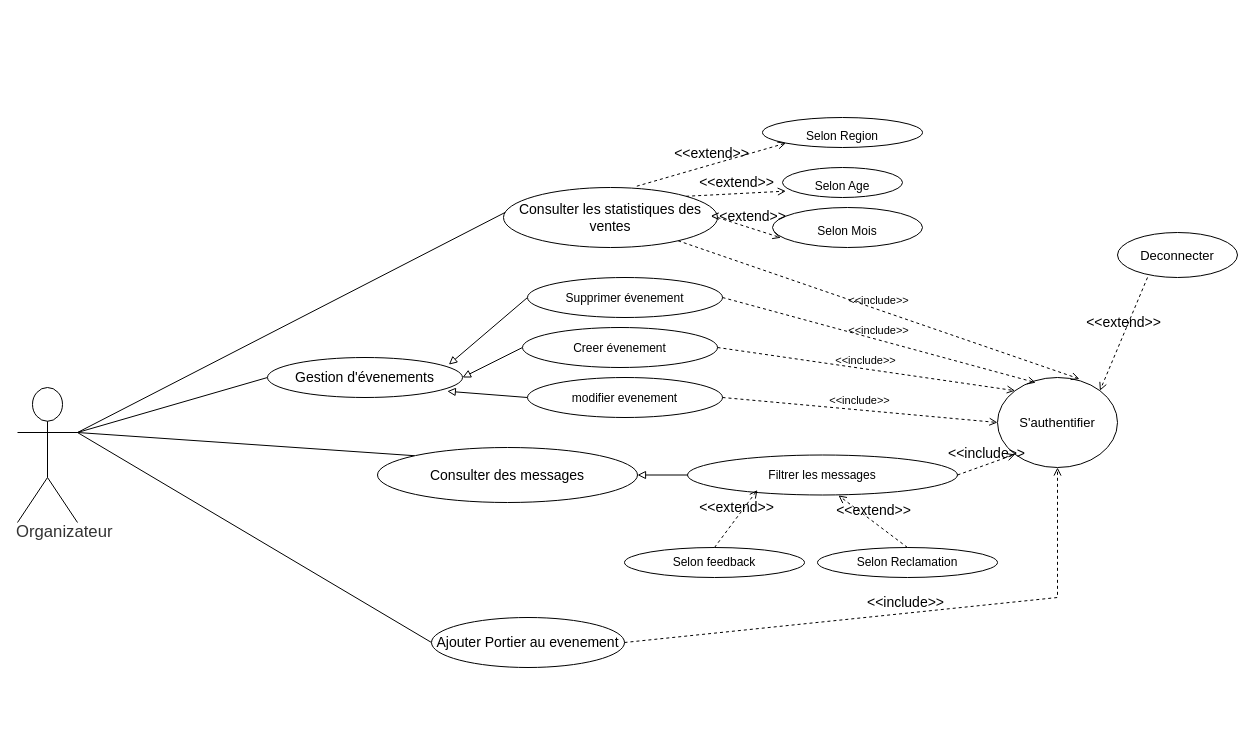
The draw.io diagram Diagram de cas utilisation/4-Organizateur_Vf.drawio in mohamedimem/event-, before the edit. Source tidied: cells renumbered, new cells numbered last; positions are measured from the earlier drawing's top-left corner, leaving out a move shared by most shapes. Both pictures are drawn from the tidied source at 100%, with x=0, y=0 at pixel (17, 117).
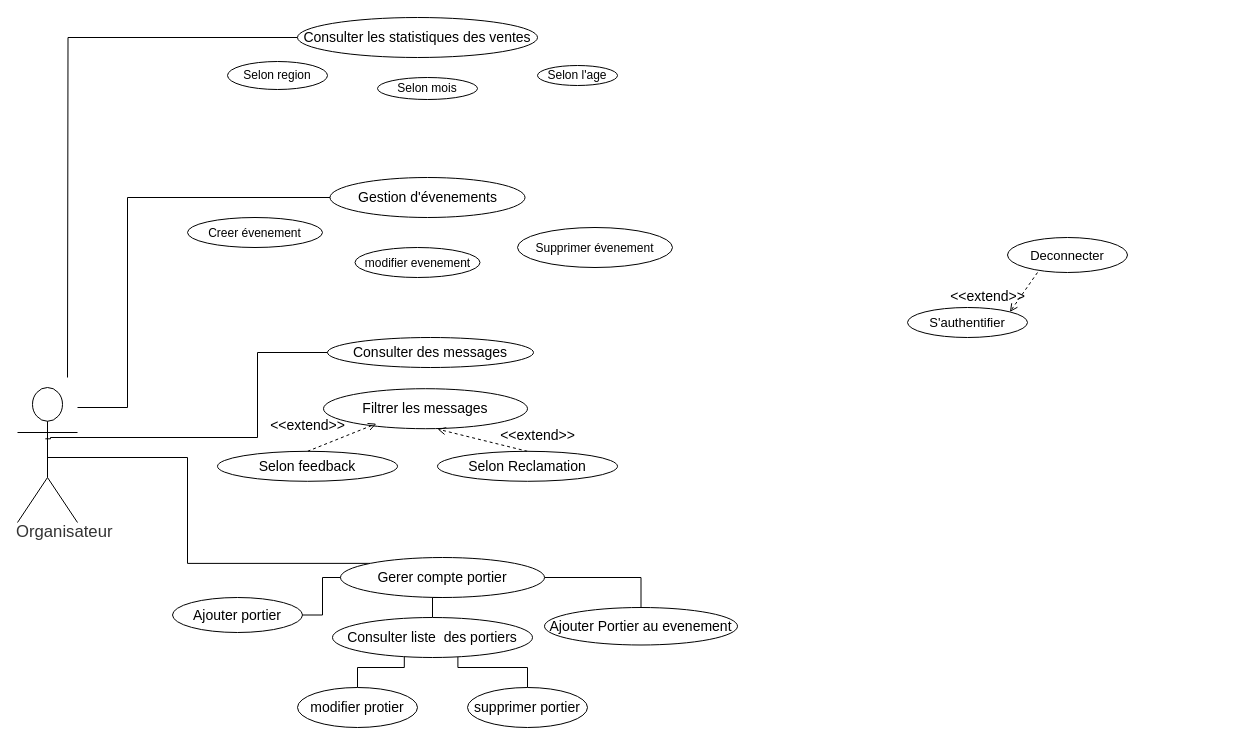
The same page after the edit.

Commit message (it also covers changes not shown here):
Mettre à jour 4-Organizateur_Vf.drawio

Change to the diagram source:
```diff
@@
-    <mxCell id="2" style="edgeStyle=none;rounded=0;jettySize=auto;html=1;exitX=1;exitY=0.3333333333333333;exitDx=0;exitDy=0;exitPerimeter=0;entryX=0.032;entryY=0.371;entryDx=0;entryDy=0;entryPerimeter=0;fontSize=18;endArrow=none;endFill=0;strokeWidth=1;strokeColor=#000000;" parent="1" edge="1" source="4" target="5">
-      <mxGeometry relative="1" as="geometry" />
-    </mxCell>
-    <mxCell id="3" style="edgeStyle=none;rounded=0;jettySize=auto;html=1;entryX=0;entryY=0.5;entryDx=0;entryDy=0;fontSize=18;endArrow=none;endFill=0;strokeWidth=1;strokeColor=#000000;exitX=1;exitY=0.3333333333333333;exitDx=0;exitDy=0;exitPerimeter=0;" parent="1" edge="1" source="4" target="18">
-      <mxGeometry relative="1" as="geometry" />
-    </mxCell>
-    <mxCell id="4" value="&lt;div&gt;Organizateur&lt;/div&gt;&lt;div&gt;&lt;br&gt;&lt;/div&gt;" style="html=1;overflow=block;blockSpacing=1;shape=umlActor;labelPosition=center;verticalLabelPosition=bottom;verticalAlign=top;whiteSpace=nowrap;fontSize=16.7;fontColor=#333333;align=center;spacing=0;strokeColor=#000000;strokeOpacity=100;rounded=1;absoluteArcSize=1;arcSize=9;strokeWidth=1;lucidId=wAitfE4UTxwo;" parent="1" vertex="1">
+    <mxCell id="4" value="&lt;div&gt;Organisateur&lt;/div&gt;&lt;div&gt;&lt;br&gt;&lt;/div&gt;" style="html=1;overflow=block;blockSpacing=1;shape=umlActor;labelPosition=center;verticalLabelPosition=bottom;verticalAlign=top;whiteSpace=nowrap;fontSize=16.7;fontColor=#333333;align=center;spacing=0;strokeColor=#000000;strokeOpacity=100;rounded=1;absoluteArcSize=1;arcSize=9;strokeWidth=1;lucidId=wAitfE4UTxwo;" parent="1" vertex="1">
       <mxGeometry y="270" width="60" height="135" as="geometry" />
     </mxCell>
+    <mxCell id="38" style="edgeStyle=orthogonalEdgeStyle;rounded=0;jettySize=auto;html=1;exitX=0;exitY=0.5;exitDx=0;exitDy=0;fontSize=14;endArrow=none;endFill=0;" parent="1" edge="1" source="5">
+      <mxGeometry relative="1" as="geometry">
+        <mxPoint x="50" y="260" as="targetPoint" />
+      </mxGeometry>
+    </mxCell>
     <mxCell id="5" value="&lt;font style=&quot;font-size: 14px;&quot;&gt;Consulter les statistiques des ventes &lt;/font&gt;" style="html=1;overflow=block;blockSpacing=1;whiteSpace=wrap;ellipse;fontSize=13;spacing=3.8;strokeColor=#000000;strokeOpacity=100;rounded=1;absoluteArcSize=1;arcSize=9;strokeWidth=1;lucidId=.BitsejxpJ_f;" parent="1" vertex="1">
-      <mxGeometry x="486" y="70" width="214" height="60" as="geometry" />
+      <mxGeometry x="280" y="-100" width="240" height="40" as="geometry" />
     </mxCell>
-    <mxCell id="6" style="edgeStyle=none;rounded=0;jettySize=auto;html=1;exitX=0;exitY=0.5;exitDx=0;exitDy=0;entryX=1;entryY=0.3333333333333333;entryDx=0;entryDy=0;entryPerimeter=0;fontSize=18;endArrow=none;endFill=0;strokeWidth=1;strokeColor=#000000;" parent="1" edge="1" source="7" target="4">
-      <mxGeometry relative="1" as="geometry" />
-    </mxCell>
     <mxCell id="7" value="&lt;font style=&quot;font-size: 14px;&quot;&gt;Gestion d'évenements&lt;/font&gt;" style="html=1;overflow=block;blockSpacing=1;whiteSpace=wrap;ellipse;fontSize=13;spacing=3.8;strokeColor=#000000;strokeOpacity=100;rounded=1;absoluteArcSize=1;arcSize=9;strokeWidth=1;lucidId=.BitsejxpJ_f;" parent="1" vertex="1">
-      <mxGeometry x="250" y="240" width="195" height="40" as="geometry" />
+      <mxGeometry x="312.5" y="60" width="195" height="40" as="geometry" />
     </mxCell>
-    <mxCell id="8" style="edgeStyle=none;rounded=0;jettySize=auto;html=1;exitX=0;exitY=0.5;exitDx=0;exitDy=0;entryX=1;entryY=0.5;entryDx=0;entryDy=0;fontSize=14;endArrow=block;endFill=0;strokeWidth=1;strokeColor=#000000;" parent="1" edge="1" source="9" target="7">
-      <mxGeometry relative="1" as="geometry" />
-    </mxCell>
     <mxCell id="9" value="&lt;font style=&quot;font-size: 12px;&quot;&gt;Creer évenement&lt;/font&gt;" style="html=1;overflow=block;blockSpacing=1;whiteSpace=wrap;ellipse;fontSize=13;spacing=3.8;strokeColor=#000000;strokeOpacity=100;rounded=1;absoluteArcSize=1;arcSize=9;strokeWidth=1;lucidId=.BitsejxpJ_f;" parent="1" vertex="1">
-      <mxGeometry x="505" y="210" width="195" height="40" as="geometry" />
+      <mxGeometry x="170" y="100" width="135" height="30" as="geometry" />
     </mxCell>
-    <mxCell id="10" style="edgeStyle=none;rounded=0;jettySize=auto;html=1;exitX=0;exitY=0.5;exitDx=0;exitDy=0;entryX=0.922;entryY=0.844;entryDx=0;entryDy=0;entryPerimeter=0;fontSize=18;endArrow=block;endFill=0;strokeWidth=1;strokeColor=#000000;" parent="1" edge="1" source="11" target="7">
-      <mxGeometry relative="1" as="geometry" />
-    </mxCell>
     <mxCell id="11" value="&lt;font style=&quot;font-size: 12px;&quot;&gt;modifier evenement&lt;/font&gt;" style="html=1;overflow=block;blockSpacing=1;whiteSpace=wrap;ellipse;fontSize=13;spacing=3.8;strokeColor=#000000;strokeOpacity=100;rounded=1;absoluteArcSize=1;arcSize=9;strokeWidth=1;lucidId=.BitsejxpJ_f;" parent="1" vertex="1">
-      <mxGeometry x="510" y="260" width="195" height="40" as="geometry" />
+      <mxGeometry x="337.5" y="130" width="125" height="30" as="geometry" />
     </mxCell>
-    <mxCell id="12" style="edgeStyle=none;rounded=0;jettySize=auto;html=1;exitX=0;exitY=0.5;exitDx=0;exitDy=0;entryX=0.93;entryY=0.178;entryDx=0;entryDy=0;entryPerimeter=0;fontSize=18;endArrow=block;endFill=0;strokeWidth=1;strokeColor=#000000;" parent="1" edge="1" source="13" target="7">
-      <mxGeometry relative="1" as="geometry" />
-    </mxCell>
     <mxCell id="13" value="&lt;font style=&quot;font-size: 12px;&quot;&gt;Supprimer évenement &lt;/font&gt;" style="html=1;overflow=block;blockSpacing=1;whiteSpace=wrap;ellipse;fontSize=13;spacing=3.8;strokeColor=#000000;strokeOpacity=100;rounded=1;absoluteArcSize=1;arcSize=9;strokeWidth=1;lucidId=.BitsejxpJ_f;" parent="1" vertex="1">
-      <mxGeometry x="510" y="160" width="195" height="40" as="geometry" />
+      <mxGeometry x="500" y="110" width="155" height="40" as="geometry" />
     </mxCell>
-    <mxCell id="14" style="edgeStyle=none;rounded=0;jettySize=auto;html=1;exitX=0;exitY=0;exitDx=0;exitDy=0;fontSize=18;endArrow=none;endFill=0;strokeWidth=1;strokeColor=#000000;entryX=1;entryY=0.3333333333333333;entryDx=0;entryDy=0;entryPerimeter=0;" parent="1" edge="1" source="15" target="4">
-      <mxGeometry relative="1" as="geometry" />
+    <mxCell id="14" style="edgeStyle=orthogonalEdgeStyle;rounded=0;jettySize=auto;html=1;entryX=0.464;entryY=0.38;entryDx=0;entryDy=0;entryPerimeter=0;fontSize=14;endArrow=none;endFill=0;" parent="1" edge="1" source="15" target="4">
+      <mxGeometry relative="1" as="geometry">
+        <Array as="points">
+          <mxPoint x="240" y="235" />
+          <mxPoint x="240" y="320" />
+          <mxPoint x="33" y="320" />
+          <mxPoint x="33" y="321" />
+        </Array>
+      </mxGeometry>
     </mxCell>
     <mxCell id="15" value="&lt;font style=&quot;font-size: 14px;&quot;&gt;Consulter des messages  &lt;/font&gt;" style="ellipse;whiteSpace=wrap;html=1;strokeWidth=1;strokeColor=#000000;" parent="1" vertex="1">
-      <mxGeometry x="360" y="330" width="260" height="55" as="geometry" />
+      <mxGeometry x="310" y="220" width="206" height="30" as="geometry" />
     </mxCell>
-    <mxCell id="16" style="rounded=0;jettySize=auto;html=1;exitX=0;exitY=0.5;exitDx=0;exitDy=0;endArrow=block;endFill=0;strokeWidth=1;strokeColor=#000000;" parent="1" edge="1" source="17" target="15">
-      <mxGeometry relative="1" as="geometry" />
-    </mxCell>
-    <mxCell id="17" value="&lt;div&gt;Filtrer les messages &lt;br&gt;&lt;/div&gt;" style="ellipse;whiteSpace=wrap;html=1;strokeWidth=1;strokeColor=#000000;" parent="1" vertex="1">
-      <mxGeometry x="670" y="337.5" width="270" height="40" as="geometry" />
+    <mxCell id="17" value="&lt;div style=&quot;font-size: 14px;&quot;&gt;&lt;font style=&quot;font-size: 14px;&quot;&gt;Filtrer les messages &lt;br&gt;&lt;/font&gt;&lt;/div&gt;" style="ellipse;whiteSpace=wrap;html=1;strokeWidth=1;strokeColor=#000000;" parent="1" vertex="1">
+      <mxGeometry x="306" y="271.2" width="204" height="40" as="geometry" />
     </mxCell>
+    <mxCell id="39" style="edgeStyle=orthogonalEdgeStyle;rounded=0;jettySize=auto;html=1;entryX=1;entryY=0.5;entryDx=0;entryDy=0;fontSize=14;endArrow=none;endFill=0;" parent="1" edge="1" source="18" target="44">
+      <mxGeometry relative="1" as="geometry" />
+    </mxCell>
     <mxCell id="18" value="&lt;div&gt;&lt;font style=&quot;font-size: 14px;&quot;&gt;Ajouter Portier au evenement&lt;/font&gt;&lt;/div&gt;" style="ellipse;whiteSpace=wrap;html=1;strokeWidth=1;strokeColor=#000000;" parent="1" vertex="1">
-      <mxGeometry x="414" y="500" width="193" height="50" as="geometry" />
+      <mxGeometry x="527" y="490" width="193" height="37.5" as="geometry" />
     </mxCell>
     <mxCell id="19" value="S'authentifier" style="html=1;overflow=block;blockSpacing=1;whiteSpace=wrap;ellipse;fontSize=13;spacing=3.8;strokeColor=#000000;strokeOpacity=100;rounded=1;absoluteArcSize=1;arcSize=9;strokeWidth=1;lucidId=XvitAHHM73nt;" parent="1" vertex="1">
-      <mxGeometry x="980" y="260" width="120" height="90" as="geometry" />
+      <mxGeometry x="890" y="190" width="120" height="30" as="geometry" />
     </mxCell>
     <mxCell id="20" value="Deconnecter" style="html=1;overflow=block;blockSpacing=1;whiteSpace=wrap;ellipse;fontSize=13;spacing=3.8;strokeColor=#000000;strokeOpacity=100;rounded=1;absoluteArcSize=1;arcSize=9;strokeWidth=1;lucidId=XvitmW9DInrr;" parent="1" vertex="1">
-      <mxGeometry x="1100" y="115" width="120" height="45" as="geometry" />
+      <mxGeometry x="990" y="120" width="120" height="35" as="geometry" />
     </mxCell>
-    <mxCell id="21" value="&lt;font style=&quot;font-size: 12px;&quot;&gt;Selon Age&lt;/font&gt;" style="ellipse;whiteSpace=wrap;html=1;fontSize=24;strokeWidth=1;strokeColor=#000000;" parent="1" vertex="1">
-      <mxGeometry x="765" y="50" width="120" height="30" as="geometry" />
-    </mxCell>
-    <mxCell id="22" value="&lt;font style=&quot;font-size: 12px;&quot;&gt;Selon Region&lt;/font&gt;" style="ellipse;whiteSpace=wrap;html=1;fontSize=24;strokeWidth=1;strokeColor=#000000;" parent="1" vertex="1">
-      <mxGeometry x="745" width="160" height="30" as="geometry" />
-    </mxCell>
-    <mxCell id="23" value="&lt;div&gt;&lt;font style=&quot;font-size: 12px;&quot;&gt;Selon &lt;font style=&quot;font-size: 12px;&quot;&gt;Mois&lt;/font&gt;&lt;/font&gt;&lt;/div&gt;" style="ellipse;whiteSpace=wrap;html=1;fontSize=24;strokeWidth=1;strokeColor=#000000;" parent="1" vertex="1">
-      <mxGeometry x="755" y="90" width="150" height="40" as="geometry" />
-    </mxCell>
-    <mxCell id="24" value="&amp;lt;&amp;lt;extend&amp;gt;&amp;gt;" style="html=1;verticalAlign=bottom;labelBackgroundColor=none;endArrow=open;endFill=0;dashed=1;rounded=0;fontSize=14;entryX=0;entryY=1;entryDx=0;entryDy=0;exitX=0.623;exitY=-0.022;exitDx=0;exitDy=0;exitPerimeter=0;strokeWidth=1;strokeColor=#000000;" parent="1" edge="1" source="5" target="22">
-      <mxGeometry relative="1" as="geometry" />
-    </mxCell>
-    <mxCell id="25" value="&amp;lt;&amp;lt;extend&amp;gt;&amp;gt;" style="html=1;verticalAlign=bottom;labelBackgroundColor=none;endArrow=open;endFill=0;dashed=1;rounded=0;fontSize=14;entryX=0.028;entryY=0.788;entryDx=0;entryDy=0;exitX=1;exitY=0;exitDx=0;exitDy=0;entryPerimeter=0;strokeWidth=1;strokeColor=#000000;" parent="1" edge="1" source="5" target="21">
-      <mxGeometry relative="1" as="geometry" />
-    </mxCell>
-    <mxCell id="26" value="&amp;lt;&amp;lt;extend&amp;gt;&amp;gt;" style="html=1;verticalAlign=bottom;labelBackgroundColor=none;endArrow=open;endFill=0;dashed=1;rounded=0;fontSize=14;entryX=0.056;entryY=0.756;entryDx=0;entryDy=0;exitX=1;exitY=0.5;exitDx=0;exitDy=0;entryPerimeter=0;strokeWidth=1;strokeColor=#000000;" parent="1" edge="1" source="5" target="23">
-      <mxGeometry relative="1" as="geometry" />
-    </mxCell>
-    <mxCell id="27" value="&amp;lt;&amp;lt;include&amp;gt;&amp;gt;" style="html=1;verticalAlign=bottom;labelBackgroundColor=none;endArrow=open;endFill=0;dashed=1;rounded=0;fontSize=14;exitX=1;exitY=0.5;exitDx=0;exitDy=0;entryX=0.5;entryY=1;entryDx=0;entryDy=0;strokeWidth=1;strokeColor=#000000;" parent="1" edge="1" source="18" target="19">
-      <mxGeometry relative="1" as="geometry">
-        <Array as="points">
-          <mxPoint x="1040" y="480" />
-        </Array>
-      </mxGeometry>
-    </mxCell>
-    <mxCell id="28" value="&amp;lt;&amp;lt;include&amp;gt;&amp;gt;" style="html=1;verticalAlign=bottom;labelBackgroundColor=none;endArrow=open;endFill=0;dashed=1;rounded=0;fontSize=14;exitX=1;exitY=0.5;exitDx=0;exitDy=0;entryX=0;entryY=1;entryDx=0;entryDy=0;strokeWidth=1;strokeColor=#000000;" parent="1" edge="1" source="17" target="19">
-      <mxGeometry relative="1" as="geometry" />
-    </mxCell>
     <mxCell id="29" value="&amp;lt;&amp;lt;extend&amp;gt;&amp;gt;" style="html=1;verticalAlign=bottom;labelBackgroundColor=none;endArrow=open;endFill=0;dashed=1;rounded=0;fontSize=14;entryX=1;entryY=0;entryDx=0;entryDy=0;exitX=0.25;exitY=1;exitDx=0;exitDy=0;exitPerimeter=0;strokeWidth=1;strokeColor=#000000;" parent="1" edge="1" source="20" target="19">
-      <mxGeometry relative="1" as="geometry" />
+      <mxGeometry x="1" y="-23" relative="1" as="geometry">
+        <mxPoint x="-4" y="9" as="offset" />
+      </mxGeometry>
     </mxCell>
-    <mxCell id="30" value="&lt;div&gt;Selon feedback&lt;br&gt;&lt;/div&gt;" style="ellipse;whiteSpace=wrap;html=1;strokeWidth=1;strokeColor=#000000;" parent="1" vertex="1">
-      <mxGeometry x="607" y="430" width="180" height="30" as="geometry" />
+    <mxCell id="30" value="&lt;div style=&quot;font-size: 14px;&quot;&gt;&lt;font style=&quot;font-size: 14px;&quot;&gt;Selon feedback&lt;br&gt;&lt;/font&gt;&lt;/div&gt;" style="ellipse;whiteSpace=wrap;html=1;strokeWidth=1;strokeColor=#000000;" parent="1" vertex="1">
+      <mxGeometry x="200" y="333.8" width="180" height="30" as="geometry" />
     </mxCell>
-    <mxCell id="31" value="&lt;div&gt;Selon Reclamation&lt;br&gt;&lt;/div&gt;" style="ellipse;whiteSpace=wrap;html=1;strokeWidth=1;strokeColor=#000000;" parent="1" vertex="1">
-      <mxGeometry x="800" y="430" width="180" height="30" as="geometry" />
+    <mxCell id="31" value="&lt;div style=&quot;font-size: 14px;&quot;&gt;&lt;font style=&quot;font-size: 14px;&quot;&gt;Selon Reclamation&lt;br&gt;&lt;/font&gt;&lt;/div&gt;" style="ellipse;whiteSpace=wrap;html=1;strokeWidth=1;strokeColor=#000000;" parent="1" vertex="1">
+      <mxGeometry x="420" y="333.8" width="180" height="30" as="geometry" />
     </mxCell>
     <mxCell id="32" value="&amp;lt;&amp;lt;extend&amp;gt;&amp;gt;" style="html=1;verticalAlign=bottom;labelBackgroundColor=none;endArrow=open;endFill=0;dashed=1;rounded=0;fontSize=14;entryX=0.259;entryY=0.875;entryDx=0;entryDy=0;exitX=0.5;exitY=0;exitDx=0;exitDy=0;strokeWidth=1;strokeColor=#000000;entryPerimeter=0;" parent="1" edge="1" source="30" target="17">
-      <mxGeometry relative="1" as="geometry" />
+      <mxGeometry x="-0.85" y="14" relative="1" as="geometry" />
     </mxCell>
     <mxCell id="33" value="&amp;lt;&amp;lt;extend&amp;gt;&amp;gt;" style="html=1;verticalAlign=bottom;labelBackgroundColor=none;endArrow=open;endFill=0;dashed=1;rounded=0;fontSize=14;exitX=0.5;exitY=0;exitDx=0;exitDy=0;strokeWidth=1;strokeColor=#000000;entryX=0.559;entryY=1.01;entryDx=0;entryDy=0;entryPerimeter=0;" parent="1" edge="1" source="31" target="17">
-      <mxGeometry relative="1" as="geometry" />
+      <mxGeometry x="-1" y="-11" relative="1" as="geometry">
+        <mxPoint x="7" y="6" as="offset" />
+      </mxGeometry>
     </mxCell>
-    <mxCell id="34" value="&amp;lt;&amp;lt;include&amp;gt;&amp;gt;" style="html=1;verticalAlign=bottom;labelBackgroundColor=none;endArrow=open;endFill=0;dashed=1;rounded=0;strokeColor=#000000;strokeWidth=1;exitX=1;exitY=0.5;exitDx=0;exitDy=0;entryX=0.319;entryY=0.057;entryDx=0;entryDy=0;entryPerimeter=0;" parent="1" edge="1" source="13" target="19">
-      <mxGeometry relative="1" as="geometry" />
-    </mxCell>
-    <mxCell id="35" value="&amp;lt;&amp;lt;include&amp;gt;&amp;gt;" style="html=1;verticalAlign=bottom;labelBackgroundColor=none;endArrow=open;endFill=0;dashed=1;rounded=0;strokeColor=#000000;strokeWidth=1;exitX=1;exitY=0.5;exitDx=0;exitDy=0;entryX=0;entryY=0;entryDx=0;entryDy=0;" parent="1" edge="1" source="9" target="19">
-      <mxGeometry relative="1" as="geometry" />
-    </mxCell>
-    <mxCell id="36" value="&amp;lt;&amp;lt;include&amp;gt;&amp;gt;" style="html=1;verticalAlign=bottom;labelBackgroundColor=none;endArrow=open;endFill=0;dashed=1;rounded=0;strokeColor=#000000;strokeWidth=1;exitX=1;exitY=0.5;exitDx=0;exitDy=0;entryX=0;entryY=0.5;entryDx=0;entryDy=0;" parent="1" edge="1" source="11" target="19">
-      <mxGeometry relative="1" as="geometry" />
-    </mxCell>
-    <mxCell id="37" value="&amp;lt;&amp;lt;include&amp;gt;&amp;gt;" style="html=1;verticalAlign=bottom;labelBackgroundColor=none;endArrow=open;endFill=0;dashed=1;rounded=0;strokeColor=#000000;strokeWidth=1;entryX=0.683;entryY=0.016;entryDx=0;entryDy=0;entryPerimeter=0;" parent="1" edge="1" source="5" target="19">
-      <mxGeometry relative="1" as="geometry" />
-    </mxCell>
+    <mxCell id="40" value="&lt;font style=&quot;font-size: 12px;&quot;&gt;Selon l'age&lt;/font&gt;" style="ellipse;whiteSpace=wrap;html=1;" parent="1" vertex="1">
+      <mxGeometry x="520" y="-52" width="80" height="20" as="geometry" />
+    </mxCell>
+    <mxCell id="41" value="&lt;div&gt;&lt;font style=&quot;font-size: 12px;&quot;&gt;Selon &lt;font style=&quot;font-size: 12px;&quot;&gt;mois&lt;/font&gt;&lt;/font&gt;&lt;/div&gt;" style="ellipse;whiteSpace=wrap;html=1;" parent="1" vertex="1">
+      <mxGeometry x="360" y="-40" width="100" height="22" as="geometry" />
+    </mxCell>
+    <mxCell id="42" value="&lt;font style=&quot;font-size: 12px;&quot;&gt;Selon region&lt;/font&gt;" style="ellipse;whiteSpace=wrap;html=1;" parent="1" vertex="1">
+      <mxGeometry x="210" y="-56" width="100" height="28" as="geometry" />
+    </mxCell>
+    <mxCell id="43" style="edgeStyle=orthogonalEdgeStyle;rounded=0;jettySize=auto;html=1;exitX=0;exitY=0;exitDx=0;exitDy=0;entryX=0.5;entryY=0.5;entryDx=0;entryDy=0;entryPerimeter=0;fontSize=14;endArrow=none;endFill=0;" parent="1" edge="1" source="44" target="4">
+      <mxGeometry relative="1" as="geometry">
+        <Array as="points">
+          <mxPoint x="170" y="446" />
+          <mxPoint x="170" y="340" />
+          <mxPoint x="30" y="340" />
+        </Array>
+      </mxGeometry>
+    </mxCell>
+    <mxCell id="44" value="&lt;font style=&quot;font-size: 14px;&quot;&gt;Gerer compte portier&lt;/font&gt;" style="ellipse;whiteSpace=wrap;html=1;strokeWidth=1;strokeColor=#000000;" parent="1" vertex="1">
+      <mxGeometry x="323" y="440" width="204" height="40" as="geometry" />
+    </mxCell>
+    <mxCell id="45" style="edgeStyle=orthogonalEdgeStyle;rounded=0;jettySize=auto;html=1;fontSize=14;endArrow=none;endFill=0;" parent="1" edge="1" source="46" target="44">
+      <mxGeometry relative="1" as="geometry" />
+    </mxCell>
+    <mxCell id="46" value="Ajouter portier" style="ellipse;whiteSpace=wrap;html=1;fontSize=14;" parent="1" vertex="1">
+      <mxGeometry x="155" y="480" width="130" height="35" as="geometry" />
+    </mxCell>
+    <mxCell id="47" style="edgeStyle=orthogonalEdgeStyle;rounded=0;jettySize=auto;html=1;entryX=0.359;entryY=0.961;entryDx=0;entryDy=0;entryPerimeter=0;fontSize=14;endArrow=none;endFill=0;" parent="1" edge="1" source="48" target="52">
+      <mxGeometry relative="1" as="geometry" />
+    </mxCell>
+    <mxCell id="48" value="modifier protier" style="ellipse;whiteSpace=wrap;html=1;fontSize=14;" parent="1" vertex="1">
+      <mxGeometry x="280" y="570" width="120" height="40" as="geometry" />
+    </mxCell>
+    <mxCell id="49" style="edgeStyle=orthogonalEdgeStyle;rounded=0;jettySize=auto;html=1;entryX=0.627;entryY=0.975;entryDx=0;entryDy=0;entryPerimeter=0;fontSize=14;endArrow=none;endFill=0;" parent="1" edge="1" source="50" target="52">
+      <mxGeometry relative="1" as="geometry" />
+    </mxCell>
+    <mxCell id="50" value="supprimer portier" style="ellipse;whiteSpace=wrap;html=1;fontSize=14;" parent="1" vertex="1">
+      <mxGeometry x="450" y="570" width="120" height="40" as="geometry" />
+    </mxCell>
+    <mxCell id="51" style="edgeStyle=orthogonalEdgeStyle;rounded=0;jettySize=auto;html=1;exitX=0.5;exitY=0;exitDx=0;exitDy=0;fontSize=14;endArrow=none;endFill=0;" parent="1" edge="1" source="52" target="44">
+      <mxGeometry relative="1" as="geometry" />
+    </mxCell>
+    <mxCell id="52" value="Consulter liste&amp;nbsp; des portiers" style="ellipse;whiteSpace=wrap;html=1;fontSize=14;" parent="1" vertex="1">
+      <mxGeometry x="315" y="500" width="200" height="40" as="geometry" />
+    </mxCell>
+    <mxCell id="6" style="edgeStyle=orthogonalEdgeStyle;rounded=0;jettySize=auto;html=1;fontSize=14;endArrow=none;endFill=0;" parent="1" edge="1" source="7" target="4">
+      <mxGeometry relative="1" as="geometry">
+        <Array as="points">
+          <mxPoint x="110" y="80" />
+          <mxPoint x="110" y="290" />
+        </Array>
+      </mxGeometry>
+    </mxCell>
```
